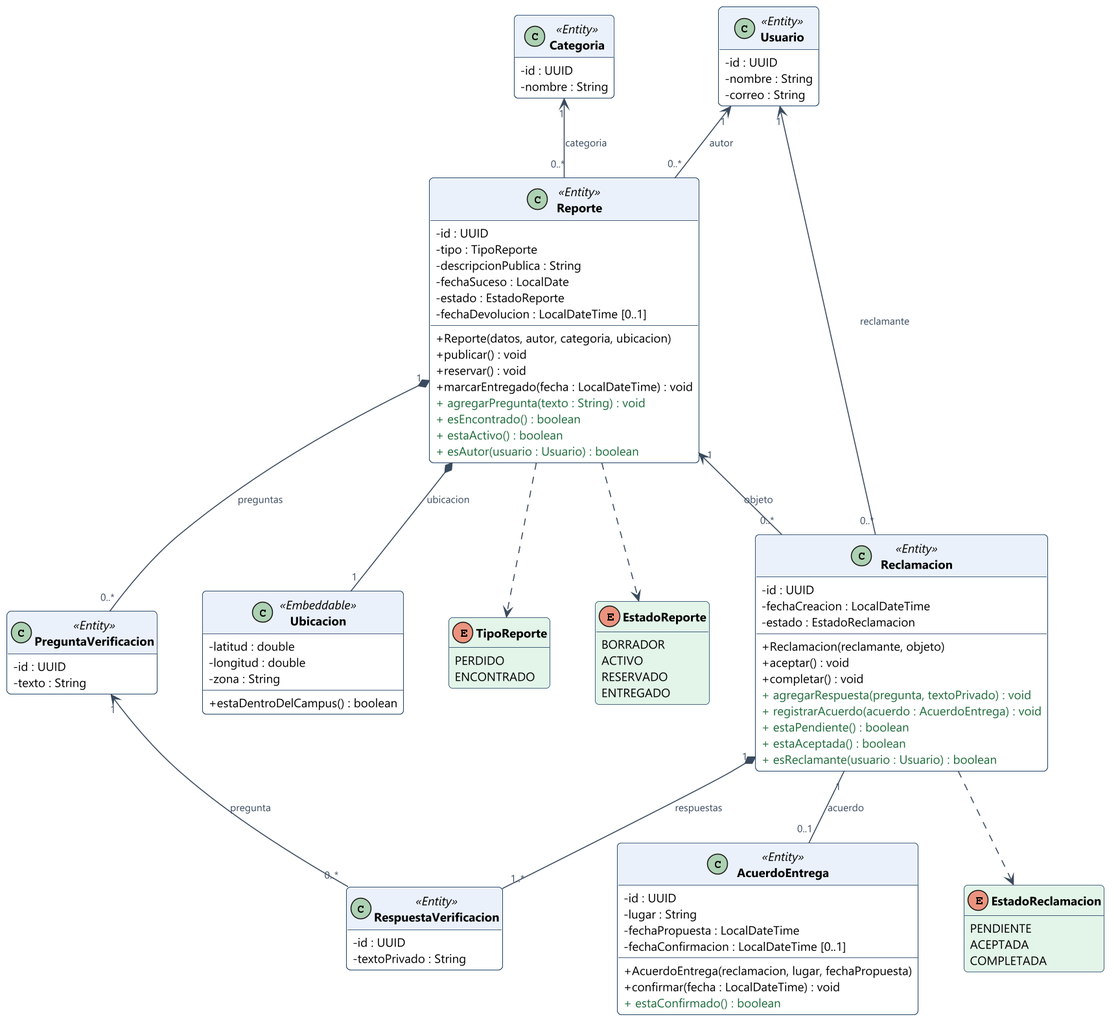
Earlier version of the PlantUML export docs/modelos/img/clases-modelo.png (JoelAlexanderProg/GR05_1BP2_622_26B). Source of this version:
```plantuml
@startuml clases-modelo
!include estilo.iuml
skinparam nodesep 45
skinparam ranksep 55
hide empty members

class Usuario <<Entity>> {
  - id : UUID
  - nombre : String
  - correo : String
}

class Categoria <<Entity>> {
  - id : UUID
  - nombre : String
}

class Reporte <<Entity>> {
  - id : UUID
  - tipo : TipoReporte
  - descripcionPublica : String
  - fechaSuceso : LocalDate
  - estado : EstadoReporte
  - fechaDevolucion : LocalDateTime [0..1]
  + Reporte(datos, autor, categoria, ubicacion)
  + publicar() : void
  + reservar() : void
  + marcarEntregado(fecha : LocalDateTime) : void
  <color:#1E6B3A>+ agregarPregunta(texto : String) : void</color>
  <color:#1E6B3A>+ esEncontrado() : boolean</color>
  <color:#1E6B3A>+ estaActivo() : boolean</color>
  <color:#1E6B3A>+ esAutor(usuario : Usuario) : boolean</color>
}

class Ubicacion <<Embeddable>> {
  - latitud : double
  - longitud : double
  - zona : String
  + estaDentroDelCampus() : boolean
}

class PreguntaVerificacion <<Entity>> {
  - id : UUID
  - texto : String
}

class Reclamacion <<Entity>> {
  - id : UUID
  - fechaCreacion : LocalDateTime
  - estado : EstadoReclamacion
  + Reclamacion(reclamante, objeto)
  + aceptar() : void
  + completar() : void
  <color:#1E6B3A>+ agregarRespuesta(pregunta, textoPrivado) : void</color>
  <color:#1E6B3A>+ registrarAcuerdo(acuerdo : AcuerdoEntrega) : void</color>
  <color:#1E6B3A>+ estaPendiente() : boolean</color>
  <color:#1E6B3A>+ estaAceptada() : boolean</color>
  <color:#1E6B3A>+ esReclamante(usuario : Usuario) : boolean</color>
}

class RespuestaVerificacion <<Entity>> {
  - id : UUID
  - textoPrivado : String
}

class AcuerdoEntrega <<Entity>> {
  - id : UUID
  - lugar : String
  - fechaPropuesta : LocalDateTime
  - fechaConfirmacion : LocalDateTime [0..1]
  + AcuerdoEntrega(reclamacion, lugar, fechaPropuesta)
  + confirmar(fecha : LocalDateTime) : void
  <color:#1E6B3A>+ estaConfirmado() : boolean</color>
}

enum TipoReporte #E3F4E8 {
  PERDIDO
  ENCONTRADO
}
enum EstadoReporte #E3F4E8 {
  BORRADOR
  ACTIVO
  RESERVADO
  ENTREGADO
}
enum EstadoReclamacion #E3F4E8 {
  PENDIENTE
  ACEPTADA
  COMPLETADA
}

Usuario "1" <-- "0..*" Reporte : autor
Categoria "1" <-- "0..*" Reporte : categoria
Reporte *-- "1" Ubicacion : ubicacion
Reporte "1" *-- "0..*" PreguntaVerificacion : preguntas
Usuario "1" <-- "0..*" Reclamacion : reclamante
Reporte "1" <-- "0..*" Reclamacion : objeto
Reclamacion "1" *-- "1..*" RespuestaVerificacion : respuestas
PreguntaVerificacion "1" <-- "0..*" RespuestaVerificacion : pregunta
Reclamacion "1" -- "0..1" AcuerdoEntrega : acuerdo

Reporte ..> TipoReporte
Reporte ..> EstadoReporte
Reclamacion ..> EstadoReclamacion
@enduml
```
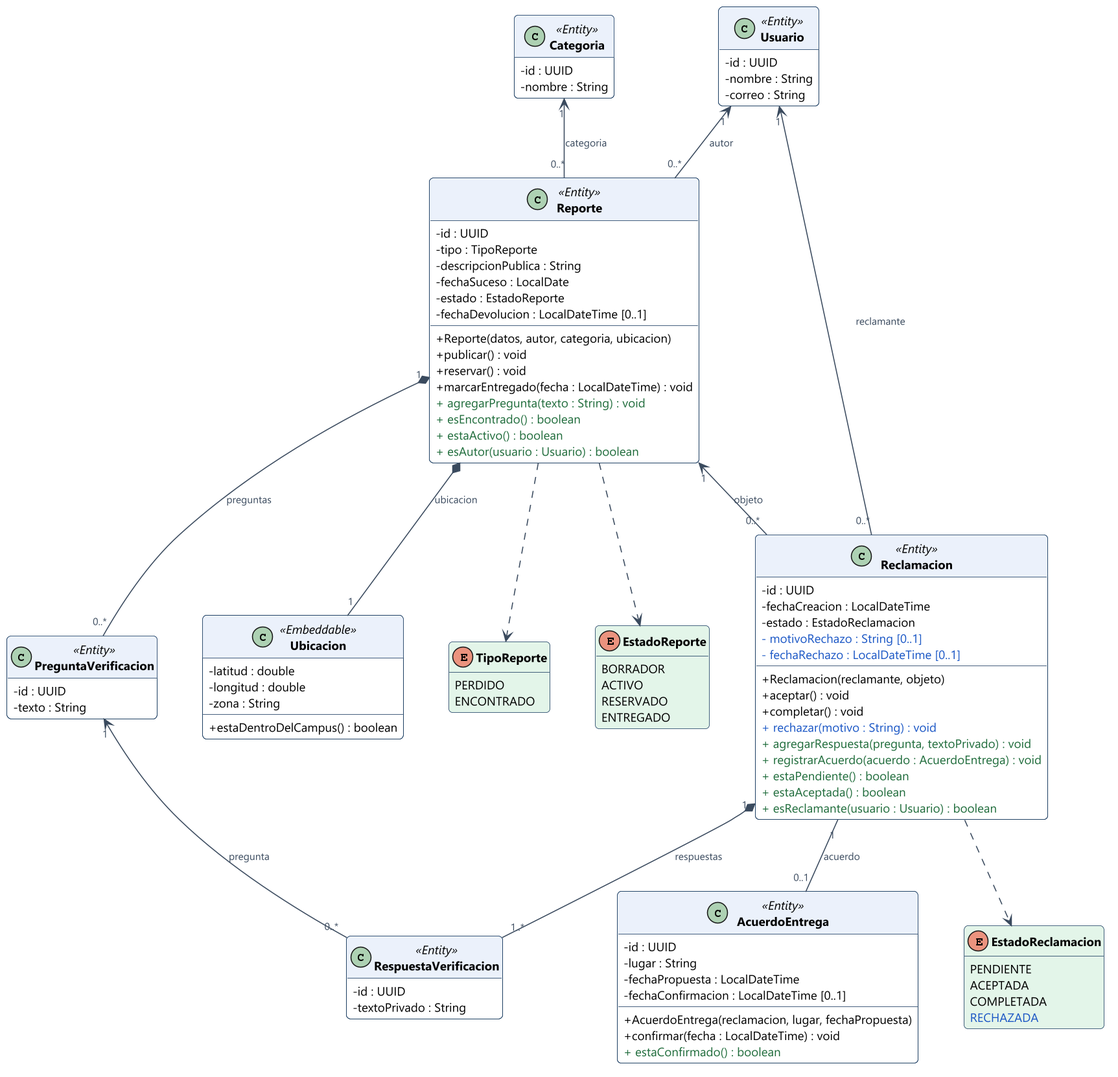
After the change.

Commit message:
Documenta el Incremento 3 en el README y en los diagramas de clases

The edit, as a diff of the source:
```diff
@@ -48,9 +48,12 @@
   - id : UUID
   - fechaCreacion : LocalDateTime
   - estado : EstadoReclamacion
+  <color:#1A56C4>- motivoRechazo : String [0..1]</color>
+  <color:#1A56C4>- fechaRechazo : LocalDateTime [0..1]</color>
   + Reclamacion(reclamante, objeto)
   + aceptar() : void
   + completar() : void
+  <color:#1A56C4>+ rechazar(motivo : String) : void</color>
   <color:#1E6B3A>+ agregarRespuesta(pregunta, textoPrivado) : void</color>
   <color:#1E6B3A>+ registrarAcuerdo(acuerdo : AcuerdoEntrega) : void</color>
   <color:#1E6B3A>+ estaPendiente() : boolean</color>
@@ -87,6 +90,7 @@
   PENDIENTE
   ACEPTADA
   COMPLETADA
+  <color:#1A56C4>RECHAZADA</color>
 }
 
 Usuario "1" <-- "0..*" Reporte : autor
```
